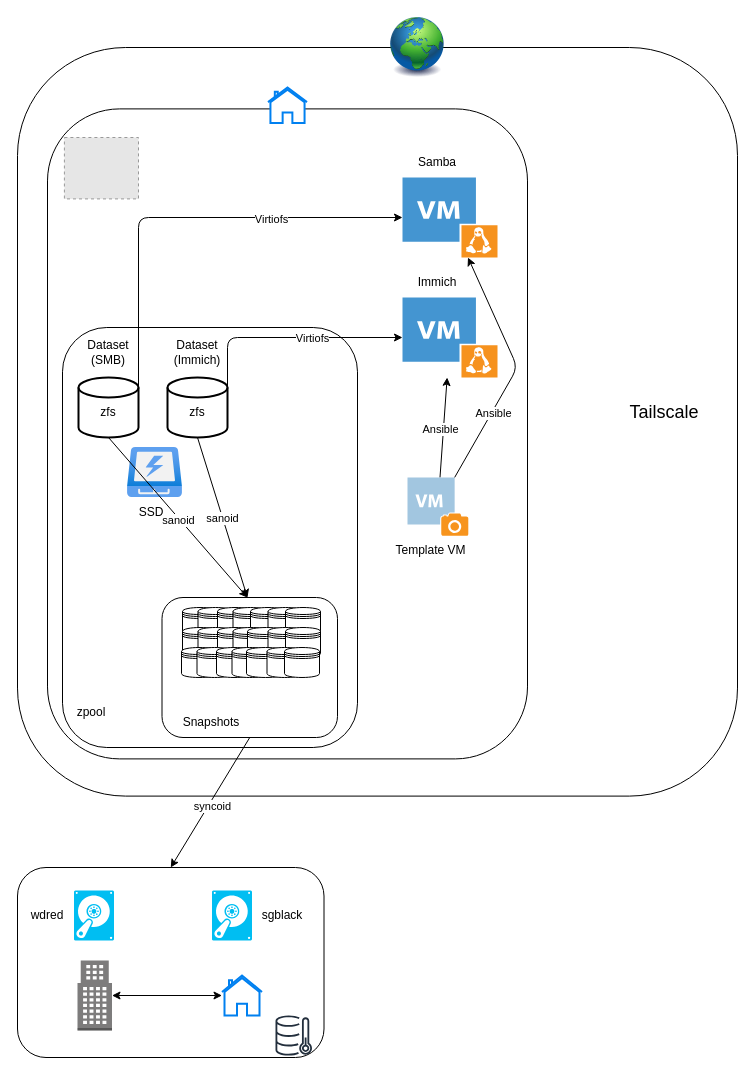
This is setup.drawio from HakonSkogsrud/serversetup, a draw.io file, before an edit. Source tidied: cells renumbered, new cells numbered last; positions are measured from the earlier drawing's top-left corner, leaving out a move shared by most shapes. Both pictures are drawn from the tidied source at 100%, with x=0, y=0 at pixel (17, 17). Pictures stored in the file or linked from it are replaced by grey dashed boxes.
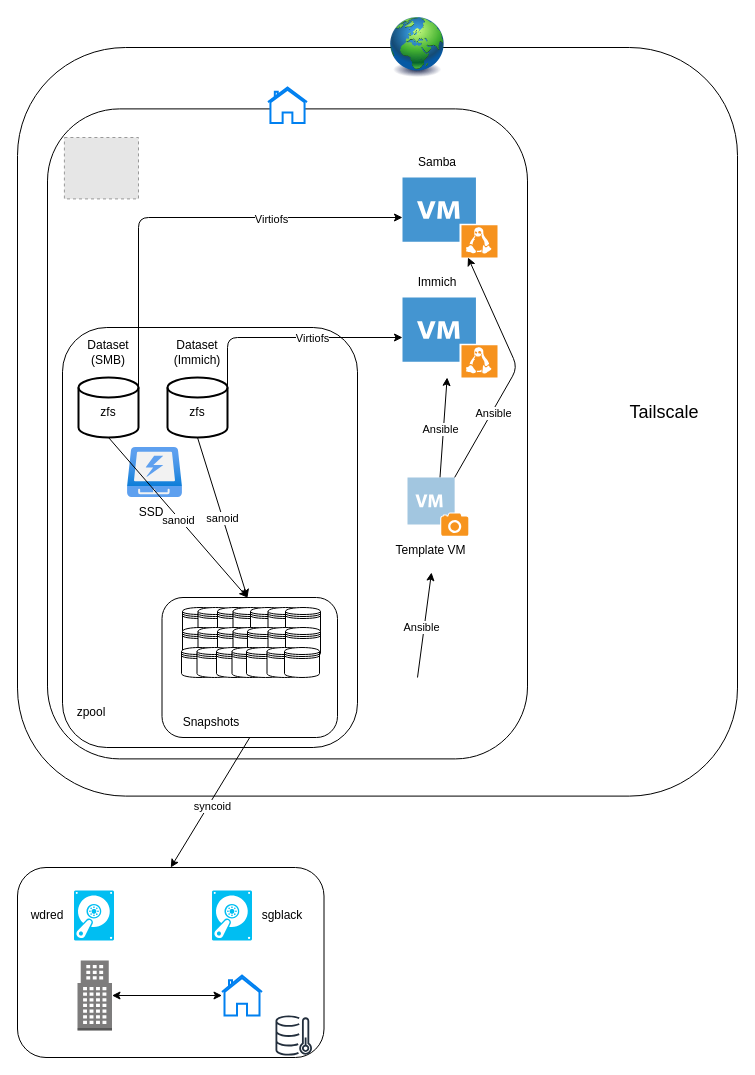
The same diagram, later.

What changed in the source:
```diff
@@
+    <mxCell id="70" style="edgeStyle=none;html=1;" parent="1" edge="1">
+      <mxGeometry relative="1" as="geometry">
+        <mxPoint x="400" y="660" as="sourcePoint" />
+        <mxPoint x="414" y="555" as="targetPoint" />
+      </mxGeometry>
+    </mxCell>
+    <mxCell id="71" value="Ansible" style="edgeLabel;html=1;align=center;verticalAlign=middle;" parent="70" vertex="1">
+      <mxGeometry x="-0.04" y="3" relative="1" as="geometry" />
+    </mxCell>
```
